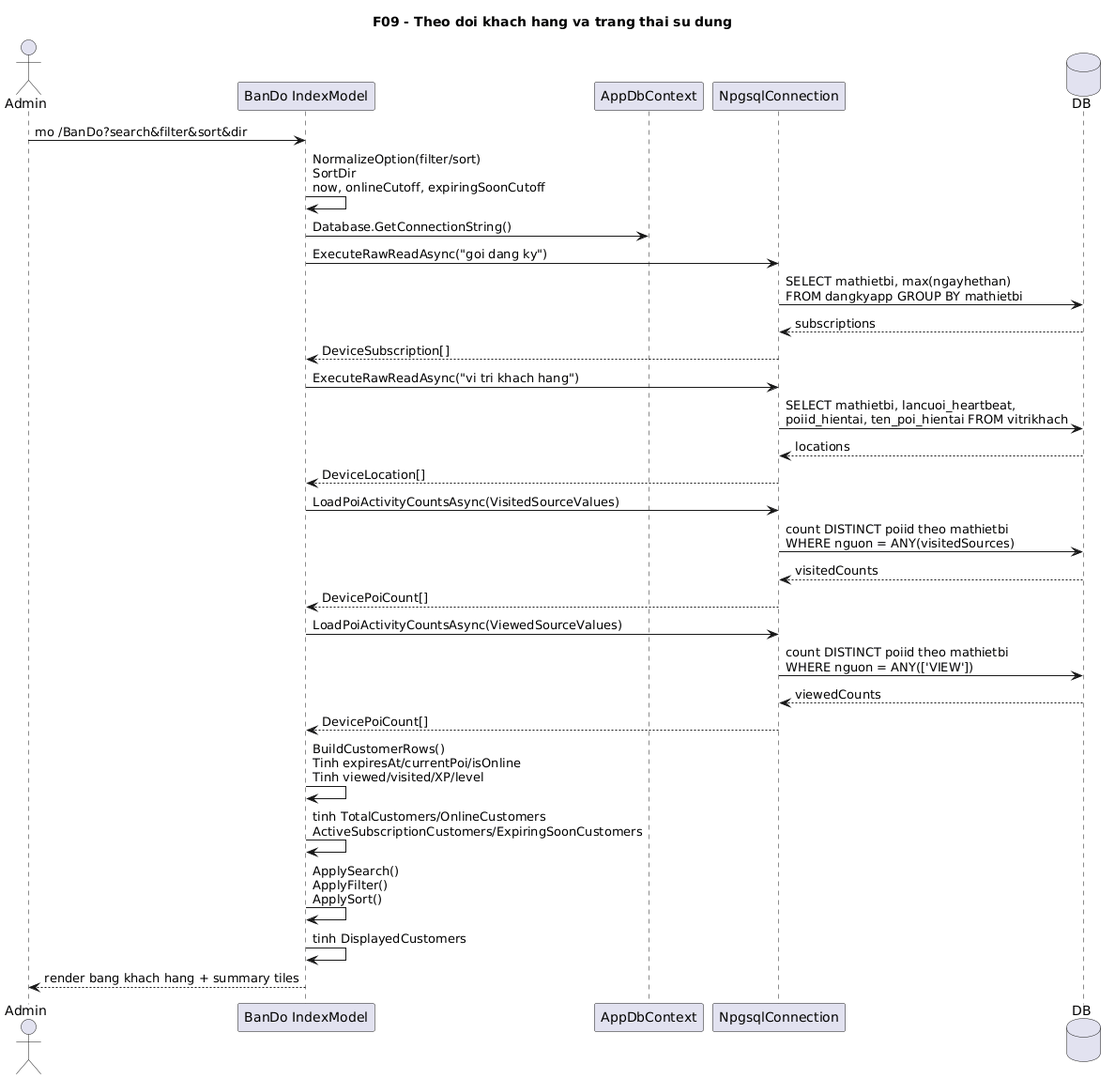
Before: docs/diagrams/png/09-live-map-sequence.png, a diagram exported from PlantUML (VoBao182/PhoAmThuc). Source of this version:
```plantuml
@startuml
title F09 - Theo doi khach hang va trang thai su dung

actor Admin
participant "BanDo IndexModel" as IndexModel
participant AppDbContext
participant "NpgsqlConnection" as Npgsql
database DB

Admin -> IndexModel: mo /BanDo?search&filter&sort&dir
IndexModel -> IndexModel: NormalizeOption(filter/sort)\nSortDir\nnow, onlineCutoff, expiringSoonCutoff

IndexModel -> AppDbContext: Database.GetConnectionString()
IndexModel -> Npgsql: ExecuteRawReadAsync("goi dang ky")
Npgsql -> DB: SELECT mathietbi, max(ngayhethan)\nFROM dangkyapp GROUP BY mathietbi
DB --> Npgsql: subscriptions
Npgsql --> IndexModel: DeviceSubscription[]

IndexModel -> Npgsql: ExecuteRawReadAsync("vi tri khach hang")
Npgsql -> DB: SELECT mathietbi, lancuoi_heartbeat,\npoiid_hientai, ten_poi_hientai FROM vitrikhach
DB --> Npgsql: locations
Npgsql --> IndexModel: DeviceLocation[]

IndexModel -> Npgsql: LoadPoiActivityCountsAsync(VisitedSourceValues)
Npgsql -> DB: count DISTINCT poiid theo mathietbi\nWHERE nguon = ANY(visitedSources)
DB --> Npgsql: visitedCounts
Npgsql --> IndexModel: DevicePoiCount[]

IndexModel -> Npgsql: LoadPoiActivityCountsAsync(ViewedSourceValues)
Npgsql -> DB: count DISTINCT poiid theo mathietbi\nWHERE nguon = ANY(['VIEW'])
DB --> Npgsql: viewedCounts
Npgsql --> IndexModel: DevicePoiCount[]

IndexModel -> IndexModel: BuildCustomerRows()\nTinh expiresAt/currentPoi/isOnline\nTinh viewed/visited/XP/level
IndexModel -> IndexModel: tinh TotalCustomers/OnlineCustomers\nActiveSubscriptionCustomers/ExpiringSoonCustomers
IndexModel -> IndexModel: ApplySearch()\nApplyFilter()\nApplySort()
IndexModel -> IndexModel: tinh DisplayedCustomers
IndexModel --> Admin: render bang khach hang + summary tiles
@enduml
```
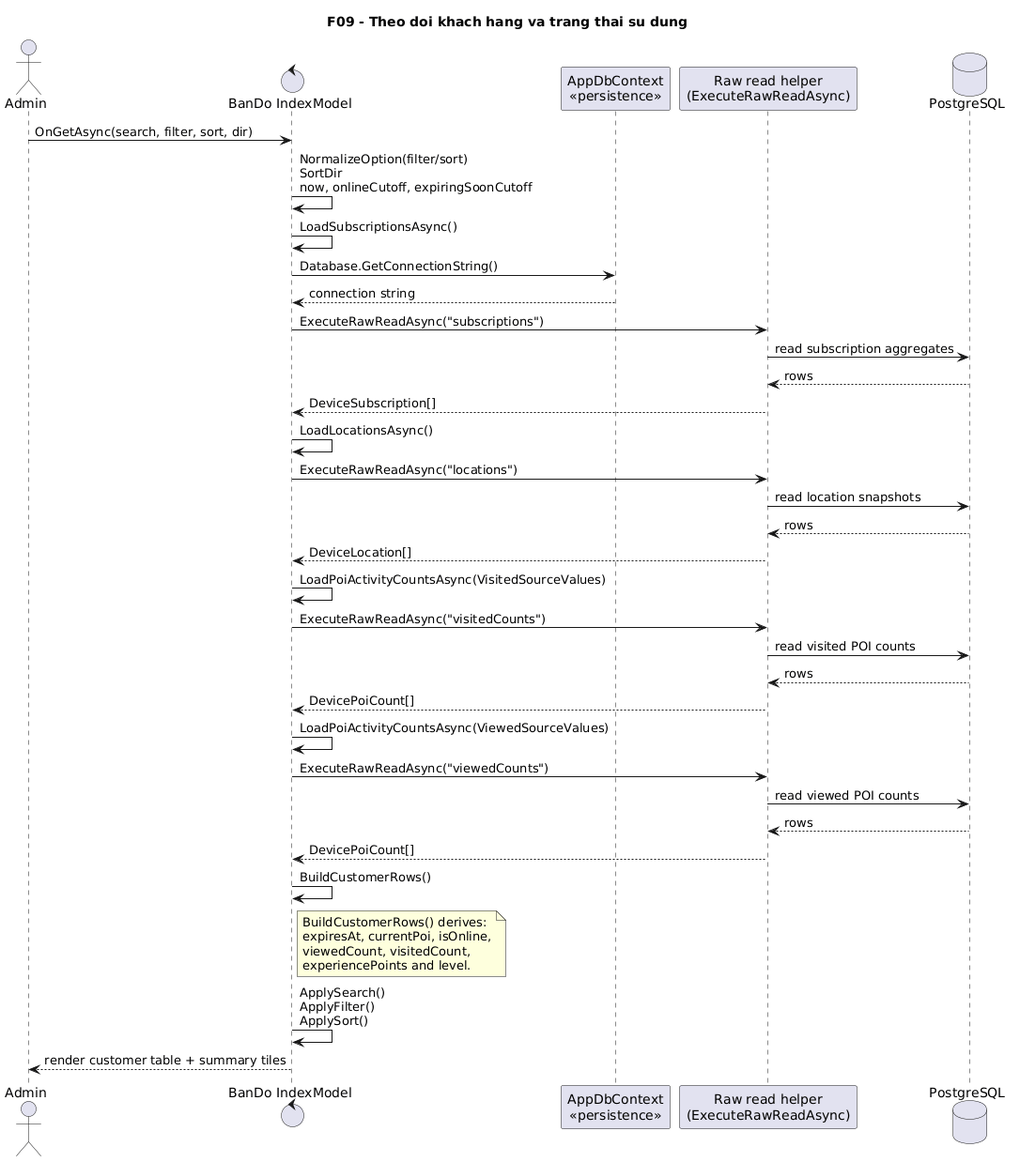
Later version of the same file.

What changed in the source:
```diff
@@ -2,38 +2,47 @@
 title F09 - Theo doi khach hang va trang thai su dung
 
 actor Admin
-participant "BanDo IndexModel" as IndexModel
-participant AppDbContext
-participant "NpgsqlConnection" as Npgsql
-database DB
+control "BanDo IndexModel" as IndexModel
+participant "AppDbContext\n<<persistence>>" as DbContext
+participant "Raw read helper\n(ExecuteRawReadAsync)" as RawRead
+database "PostgreSQL" as DB
 
-Admin -> IndexModel: mo /BanDo?search&filter&sort&dir
+Admin -> IndexModel: OnGetAsync(search, filter, sort, dir)
 IndexModel -> IndexModel: NormalizeOption(filter/sort)\nSortDir\nnow, onlineCutoff, expiringSoonCutoff
 
-IndexModel -> AppDbContext: Database.GetConnectionString()
-IndexModel -> Npgsql: ExecuteRawReadAsync("goi dang ky")
-Npgsql -> DB: SELECT mathietbi, max(ngayhethan)\nFROM dangkyapp GROUP BY mathietbi
-DB --> Npgsql: subscriptions
-Npgsql --> IndexModel: DeviceSubscription[]
+IndexModel -> IndexModel: LoadSubscriptionsAsync()
+IndexModel -> DbContext: Database.GetConnectionString()
+DbContext --> IndexModel: connection string
+IndexModel -> RawRead: ExecuteRawReadAsync("subscriptions")
+RawRead -> DB: read subscription aggregates
+DB --> RawRead: rows
+RawRead --> IndexModel: DeviceSubscription[]
 
-IndexModel -> Npgsql: ExecuteRawReadAsync("vi tri khach hang")
-Npgsql -> DB: SELECT mathietbi, lancuoi_heartbeat,\npoiid_hientai, ten_poi_hientai FROM vitrikhach
-DB --> Npgsql: locations
-Npgsql --> IndexModel: DeviceLocation[]
+IndexModel -> IndexModel: LoadLocationsAsync()
+IndexModel -> RawRead: ExecuteRawReadAsync("locations")
+RawRead -> DB: read location snapshots
+DB --> RawRead: rows
+RawRead --> IndexModel: DeviceLocation[]
 
-IndexModel -> Npgsql: LoadPoiActivityCountsAsync(VisitedSourceValues)
-Npgsql -> DB: count DISTINCT poiid theo mathietbi\nWHERE nguon = ANY(visitedSources)
-DB --> Npgsql: visitedCounts
-Npgsql --> IndexModel: DevicePoiCount[]
+IndexModel -> IndexModel: LoadPoiActivityCountsAsync(VisitedSourceValues)
+IndexModel -> RawRead: ExecuteRawReadAsync("visitedCounts")
+RawRead -> DB: read visited POI counts
+DB --> RawRead: rows
+RawRead --> IndexModel: DevicePoiCount[]
 
-IndexModel -> Npgsql: LoadPoiActivityCountsAsync(ViewedSourceValues)
-Npgsql -> DB: count DISTINCT poiid theo mathietbi\nWHERE nguon = ANY(['VIEW'])
-DB --> Npgsql: viewedCounts
-Npgsql --> IndexModel: DevicePoiCount[]
+IndexModel -> IndexModel: LoadPoiActivityCountsAsync(ViewedSourceValues)
+IndexModel -> RawRead: ExecuteRawReadAsync("viewedCounts")
+RawRead -> DB: read viewed POI counts
+DB --> RawRead: rows
+RawRead --> IndexModel: DevicePoiCount[]
 
-IndexModel -> IndexModel: BuildCustomerRows()\nTinh expiresAt/currentPoi/isOnline\nTinh viewed/visited/XP/level
-IndexModel -> IndexModel: tinh TotalCustomers/OnlineCustomers\nActiveSubscriptionCustomers/ExpiringSoonCustomers
+IndexModel -> IndexModel: BuildCustomerRows()
+note right of IndexModel
+  BuildCustomerRows() derives:
+  expiresAt, currentPoi, isOnline,
+  viewedCount, visitedCount,
+  experiencePoints and level.
+end note
 IndexModel -> IndexModel: ApplySearch()\nApplyFilter()\nApplySort()
-IndexModel -> IndexModel: tinh DisplayedCustomers
-IndexModel --> Admin: render bang khach hang + summary tiles
+IndexModel --> Admin: render customer table + summary tiles
 @enduml
```
